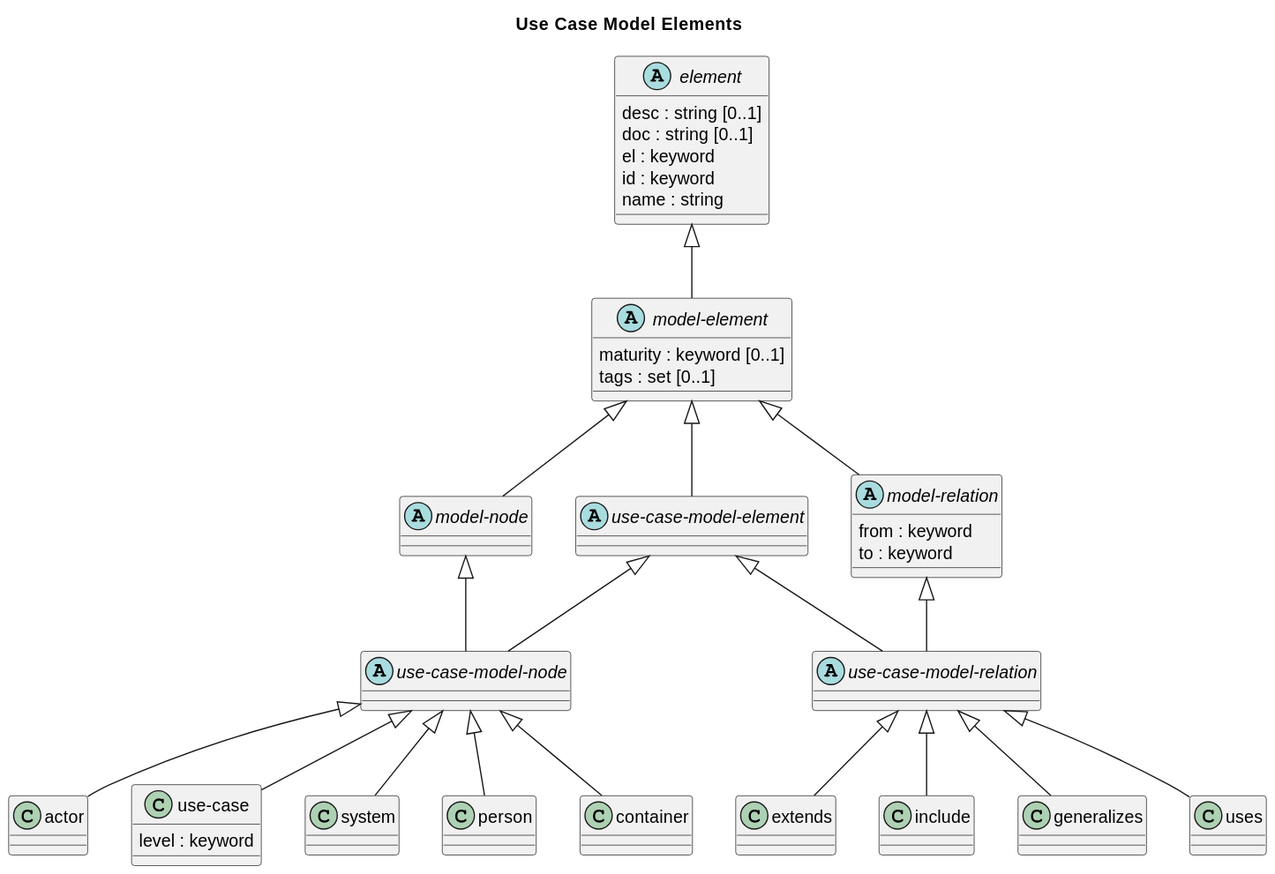
Above: doc/images/overarch/data-model/use-case-model-elements.svg in soulspace-org/overarch (PlantUML), before the change.
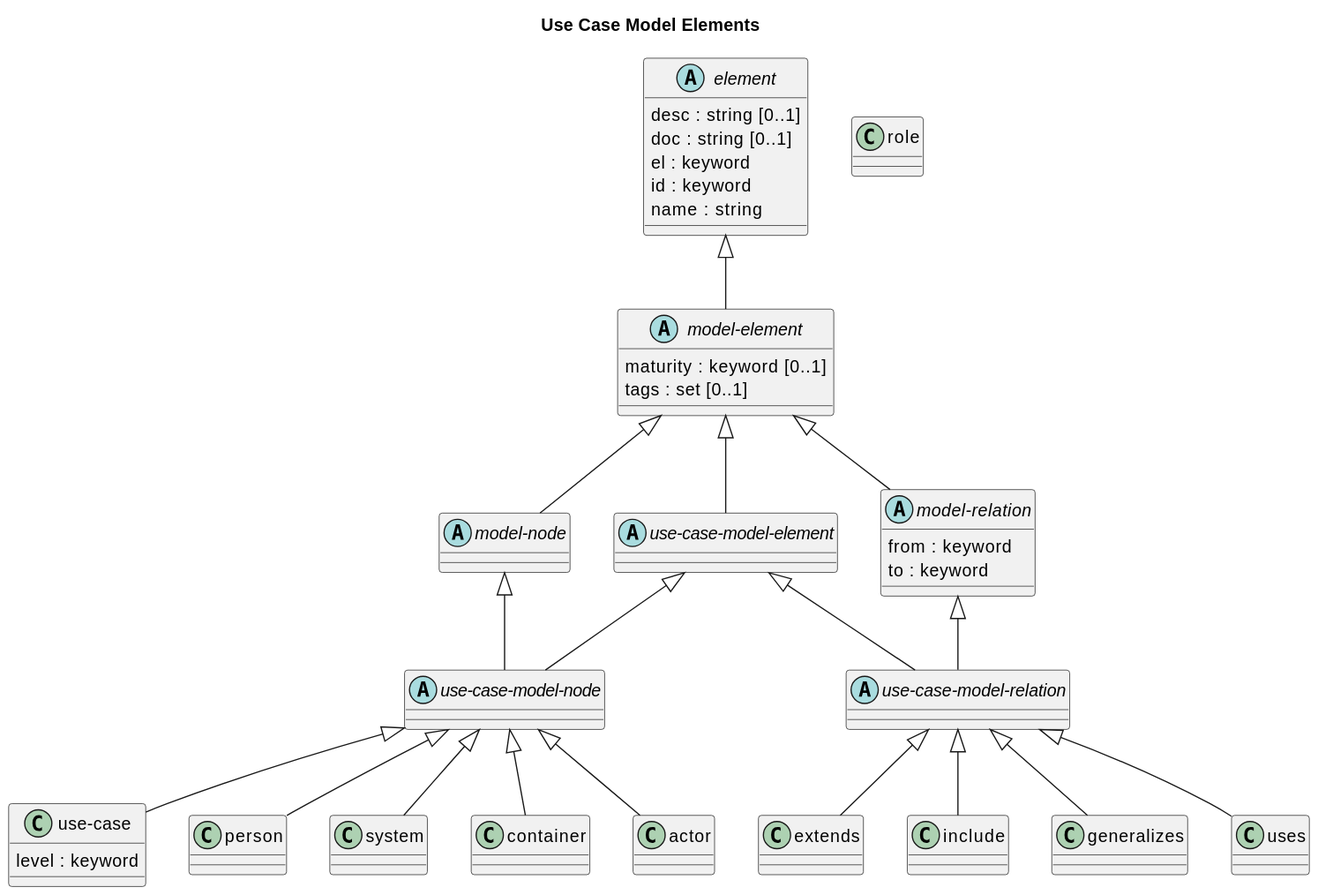
The same file after the commit.

Commit message:
update data model diagrams

The edit, as a diff of the source:
```diff
@@ -1,7 +1,30 @@
 @startuml
 title Use Case Model Elements
 
+class "extends" as overarch_dataModel_extends {}
+abstract class "model-element" as overarch_dataModel_modelElement {
+  maturity : keyword [0..1]
+  tags : set [0..1]
+}
+class "include" as overarch_dataModel_include {}
+class "use-case" as overarch_dataModel_useCase {
+  level : keyword
+}
+class "person" as overarch_dataModel_person {}
+class "generalizes" as overarch_dataModel_generalizes {}
+class "system" as overarch_dataModel_system {}
+class "container" as overarch_dataModel_container {}
+abstract class "model-node" as overarch_dataModel_modelNode {}
+abstract class "model-relation" as overarch_dataModel_modelRelation {
+  from : keyword
+  to : keyword
+}
+abstract class "use-case-model-relation" as overarch_dataModel_useCaseModelRelation {}
+abstract class "use-case-model-node" as overarch_dataModel_useCaseModelNode {}
+class "uses" as overarch_dataModel_uses {}
+class "role" as overarch_dataModel_role {}
 class "actor" as overarch_dataModel_actor {}
+abstract class "use-case-model-element" as overarch_dataModel_useCaseModelElement {}
 abstract class "element" as overarch_dataModel_element {
   desc : string [0..1]
   doc : string [0..1]
@@ -9,28 +32,6 @@
   id : keyword
   name : string
 }
-class "extends" as overarch_dataModel_extends {}
-class "include" as overarch_dataModel_include {}
-class "generalizes" as overarch_dataModel_generalizes {}
-class "use-case" as overarch_dataModel_useCase {
-  level : keyword
-}
-abstract class "model-node" as overarch_dataModel_modelNode {}
-abstract class "use-case-model-relation" as overarch_dataModel_useCaseModelRelation {}
-abstract class "model-relation" as overarch_dataModel_modelRelation {
-  from : keyword
-  to : keyword
-}
-abstract class "use-case-model-node" as overarch_dataModel_useCaseModelNode {}
-class "uses" as overarch_dataModel_uses {}
-class "system" as overarch_dataModel_system {}
-abstract class "model-element" as overarch_dataModel_modelElement {
-  maturity : keyword [0..1]
-  tags : set [0..1]
-}
-abstract class "use-case-model-element" as overarch_dataModel_useCaseModelElement {}
-class "person" as overarch_dataModel_person {}
-class "container" as overarch_dataModel_container {}
 overarch_dataModel_useCaseModelRelation <|-- overarch_dataModel_extends
 overarch_dataModel_element <|-- overarch_dataModel_modelElement
 overarch_dataModel_modelElement <|-- overarch_dataModel_modelNode
```
